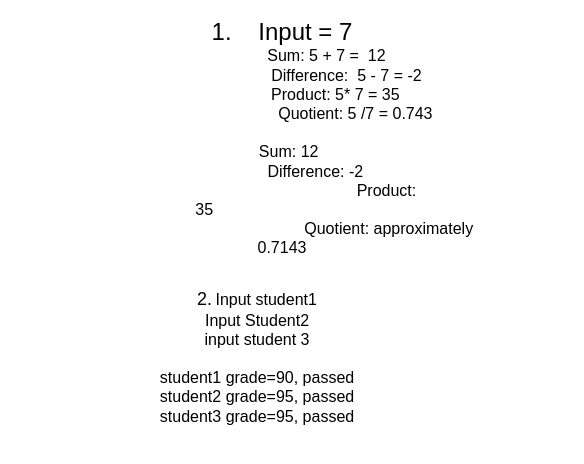
Earlier version of the draw.io diagram Untitled Diagram.drawio (troy600/DSA). Source tidied: cells renumbered, new cells numbered last; positions are measured from the earlier drawing's top-left corner, leaving out a move shared by most shapes. Both pictures are drawn from the tidied source at 100%, with x=0, y=0 at pixel (17, 57).
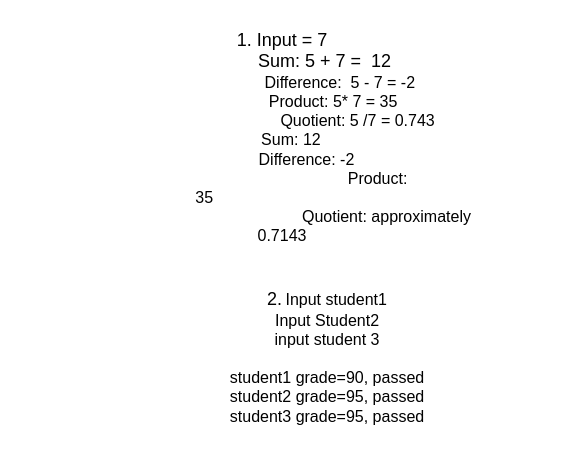
After the change.

Diff of the diagram source:
```diff
@@
 <mxGraphModel>
   <root>
     <mxCell id="0" />
     <mxCell id="1" parent="0" />
-    <mxCell id="2" value="&lt;div&gt;&lt;font style=&quot;font-size: 24px;&quot;&gt;1. &amp;nbsp;&amp;nbsp; Input = 7&lt;br&gt;&lt;/font&gt;&lt;/div&gt;&lt;div&gt;&lt;font size=&quot;3&quot;&gt;&amp;nbsp;&amp;nbsp;&amp;nbsp;&amp;nbsp;&amp;nbsp;&amp;nbsp;&amp;nbsp;&amp;nbsp;&amp;nbsp;&amp;nbsp;&amp;nbsp;&amp;nbsp;&amp;nbsp;&amp;nbsp;&amp;nbsp;&amp;nbsp;&amp;nbsp;&amp;nbsp;&amp;nbsp; Sum: 5 + 7 =&amp;nbsp; 12&lt;/font&gt;&lt;/div&gt;&lt;div&gt;&lt;font size=&quot;3&quot;&gt;&lt;span&gt;&amp;nbsp;&amp;nbsp;&amp;nbsp;&amp;nbsp;&amp;nbsp;&amp;nbsp;&amp;nbsp;&amp;nbsp;&amp;nbsp;&amp;nbsp;&amp;nbsp;&amp;nbsp;&amp;nbsp;&amp;nbsp;&amp;nbsp;&amp;nbsp;&amp;nbsp;&amp;nbsp;&amp;nbsp;&amp;nbsp;&amp;nbsp;&amp;nbsp;&amp;nbsp;&amp;nbsp;&amp;nbsp;&amp;nbsp;&amp;nbsp;&amp;nbsp; Difference:&amp;nbsp;&lt;span&gt; 5 &lt;/span&gt;&lt;span&gt;- 7 &lt;/span&gt;&lt;span&gt;= &lt;/span&gt;&lt;span&gt;-2&lt;/span&gt;&lt;/span&gt;&lt;/font&gt;&lt;/div&gt;&lt;div&gt;&lt;font size=&quot;3&quot;&gt;&lt;span&gt;&lt;span&gt;&lt;span style=&quot;white-space: pre;&quot;&gt;&#9;    &lt;/span&gt;&amp;nbsp;&amp;nbsp;&amp;nbsp;&amp;nbsp;&amp;nbsp;&amp;nbsp;&amp;nbsp;&amp;nbsp;&amp;nbsp;&amp;nbsp;&amp;nbsp; Product: 5* 7 = 35&lt;/span&gt;&lt;/span&gt;&lt;/font&gt;&lt;/div&gt;&lt;div&gt;&lt;font size=&quot;3&quot;&gt;&lt;span&gt;&lt;span&gt;&amp;nbsp;&amp;nbsp;&amp;nbsp;&amp;nbsp;&amp;nbsp;&amp;nbsp;&amp;nbsp;&amp;nbsp; &lt;span style=&quot;white-space: pre;&quot;&gt;&#9;&lt;/span&gt;&amp;nbsp; &amp;nbsp; &amp;nbsp;&amp;nbsp;&amp;nbsp;&amp;nbsp;&amp;nbsp;&amp;nbsp;&amp;nbsp;&amp;nbsp;&amp;nbsp;&amp;nbsp;&amp;nbsp;&amp;nbsp; Quotient: 5 /7 = 0.743&lt;/span&gt;&lt;/span&gt;&lt;/font&gt;&lt;/div&gt;&lt;div&gt;&lt;font size=&quot;3&quot;&gt;&lt;span&gt;&lt;span&gt;&lt;br&gt;&lt;/span&gt;&lt;/span&gt;&lt;/font&gt;&lt;/div&gt;&lt;div&gt;&lt;font size=&quot;3&quot;&gt;&lt;span&gt;&lt;span&gt;&amp;nbsp;&amp;nbsp; Sum&lt;/span&gt;&lt;span&gt;: 12&lt;/span&gt;&lt;/span&gt;&lt;/font&gt;&lt;/div&gt;&lt;div&gt;&lt;font size=&quot;3&quot;&gt;&amp;nbsp;&amp;nbsp;&amp;nbsp;&amp;nbsp;&amp;nbsp;&amp;nbsp;&amp;nbsp;&amp;nbsp;&amp;nbsp;&amp;nbsp;&amp;nbsp;&amp;nbsp;&amp;nbsp;&amp;nbsp; &lt;span&gt;&lt;span&gt;Difference&lt;/span&gt;&lt;span&gt;: &lt;/span&gt;&lt;span&gt;-2&lt;/span&gt;&lt;/span&gt;&lt;/font&gt;&lt;/div&gt;&lt;div&gt;&lt;font size=&quot;3&quot;&gt;&lt;span&gt;&lt;span&gt;&amp;nbsp; &amp;nbsp; &amp;nbsp; &amp;nbsp; &amp;nbsp; &amp;nbsp; &amp;nbsp; &amp;nbsp; &amp;nbsp; &amp;nbsp; &amp;nbsp; &amp;nbsp; &amp;nbsp; &amp;nbsp; &amp;nbsp; &amp;nbsp; &amp;nbsp; &amp;nbsp; &amp;nbsp; &amp;nbsp; &amp;nbsp; &amp;nbsp; &amp;nbsp;&amp;nbsp; Product&lt;/span&gt;&lt;span&gt;: 35&amp;nbsp;&amp;nbsp;&amp;nbsp;&amp;nbsp;&amp;nbsp;&amp;nbsp;&amp;nbsp;&amp;nbsp;&amp;nbsp;&amp;nbsp;&amp;nbsp;&amp;nbsp;&amp;nbsp;&amp;nbsp;&amp;nbsp;&amp;nbsp;&amp;nbsp;&amp;nbsp;&amp;nbsp;&amp;nbsp;&amp;nbsp;&amp;nbsp;&amp;nbsp;&amp;nbsp;&amp;nbsp;&amp;nbsp;&amp;nbsp;&amp;nbsp;&amp;nbsp;&amp;nbsp;&amp;nbsp;&amp;nbsp;&amp;nbsp;&amp;nbsp;&amp;nbsp;&lt;/span&gt;&lt;/span&gt;&lt;/font&gt;&lt;/div&gt;&lt;div&gt;&lt;font size=&quot;3&quot;&gt;&lt;span&gt;&lt;span&gt;&amp;nbsp;&amp;nbsp;&amp;nbsp;&amp;nbsp;&amp;nbsp;&amp;nbsp;&amp;nbsp;&amp;nbsp;&amp;nbsp;&amp;nbsp;&amp;nbsp;&amp;nbsp;&amp;nbsp;&amp;nbsp;&amp;nbsp;&amp;nbsp;&amp;nbsp;&amp;nbsp;&amp;nbsp;&amp;nbsp;&amp;nbsp;&amp;nbsp;&amp;nbsp;&amp;nbsp;&amp;nbsp;&amp;nbsp;&amp;nbsp;&amp;nbsp;&amp;nbsp;&amp;nbsp;&amp;nbsp;&amp;nbsp;&amp;nbsp;&amp;nbsp;&amp;nbsp;&amp;nbsp;&amp;nbsp;&amp;nbsp;&amp;nbsp;&amp;nbsp;&amp;nbsp;&amp;nbsp; &amp;nbsp;&amp;nbsp;&amp;nbsp;&amp;nbsp; Quotient&lt;/span&gt;&lt;span&gt;: approximately &lt;/span&gt;&lt;span&gt;0&lt;/span&gt;&lt;span&gt;.7143&lt;/span&gt;&lt;/span&gt;&lt;/font&gt;&lt;/div&gt;" style="text;strokeColor=none;align=center;fillColor=none;html=1;verticalAlign=middle;whiteSpace=wrap;rounded=0;" parent="1" vertex="1">
+    <mxCell id="2" value="&lt;div&gt;&lt;font style=&quot;font-size: 18px;&quot;&gt;1. Input = 7&lt;font&gt;&lt;br&gt;&lt;/font&gt;&lt;/font&gt;&lt;/div&gt;&lt;div&gt;&lt;font style=&quot;font-size: 18px;&quot;&gt;&amp;nbsp;&amp;nbsp;&amp;nbsp;&amp;nbsp;&amp;nbsp;&amp;nbsp;&amp;nbsp;&amp;nbsp;&amp;nbsp;&amp;nbsp;&amp;nbsp;&amp;nbsp;&amp;nbsp;&amp;nbsp;&amp;nbsp;&amp;nbsp; Sum: 5 + 7 =&amp;nbsp; 12&lt;/font&gt;&lt;/div&gt;&lt;div&gt;&lt;font size=&quot;3&quot;&gt;&lt;span&gt;&amp;nbsp;&amp;nbsp;&amp;nbsp;&amp;nbsp;&amp;nbsp;&amp;nbsp;&amp;nbsp;&amp;nbsp;&amp;nbsp;&amp;nbsp;&amp;nbsp;&amp;nbsp;&amp;nbsp;&amp;nbsp;&amp;nbsp;&amp;nbsp;&amp;nbsp;&amp;nbsp;&amp;nbsp;&amp;nbsp;&amp;nbsp;&amp;nbsp;&amp;nbsp;&amp;nbsp;&amp;nbsp; Difference:&amp;nbsp;&lt;span&gt; 5 &lt;/span&gt;&lt;span&gt;- 7 &lt;/span&gt;&lt;span&gt;= &lt;/span&gt;&lt;span&gt;-2&lt;/span&gt;&lt;/span&gt;&lt;/font&gt;&lt;/div&gt;&lt;div&gt;&lt;font size=&quot;3&quot;&gt;&lt;span&gt;&lt;span&gt;&lt;span style=&quot;white-space: pre;&quot;&gt;&#9;    &lt;/span&gt;&amp;nbsp;&amp;nbsp;&amp;nbsp;&amp;nbsp;&amp;nbsp;&amp;nbsp;&amp;nbsp;&amp;nbsp;&amp;nbsp;&amp;nbsp; Product: 5* 7 = 35&lt;/span&gt;&lt;/span&gt;&lt;/font&gt;&lt;/div&gt;&lt;div&gt;&lt;font size=&quot;3&quot;&gt;&lt;span&gt;&lt;span&gt;&amp;nbsp;&amp;nbsp;&amp;nbsp;&amp;nbsp;&amp;nbsp;&amp;nbsp;&amp;nbsp;&amp;nbsp; &lt;span style=&quot;white-space: pre;&quot;&gt;&#9;&lt;/span&gt;&amp;nbsp; &amp;nbsp; &amp;nbsp;&amp;nbsp;&amp;nbsp;&amp;nbsp;&amp;nbsp;&amp;nbsp;&amp;nbsp;&amp;nbsp;&amp;nbsp;&amp;nbsp;&amp;nbsp;&amp;nbsp;&amp;nbsp; Quotient: 5 /7 = 0.743&lt;/span&gt;&lt;/span&gt;&lt;/font&gt;&lt;/div&gt;&lt;div&gt;&lt;font size=&quot;3&quot;&gt;&lt;span&gt;&lt;span&gt;&amp;nbsp;&amp;nbsp;&amp;nbsp; Sum&lt;/span&gt;&lt;span&gt;: 12&lt;/span&gt;&lt;/span&gt;&lt;/font&gt;&lt;/div&gt;&lt;div&gt;&lt;font size=&quot;3&quot;&gt;&amp;nbsp;&amp;nbsp;&amp;nbsp;&amp;nbsp;&amp;nbsp;&amp;nbsp;&amp;nbsp;&amp;nbsp;&amp;nbsp;&amp;nbsp; &lt;span&gt;&lt;span&gt;Difference&lt;/span&gt;&lt;span&gt;: &lt;/span&gt;&lt;span&gt;-2&lt;/span&gt;&lt;/span&gt;&lt;/font&gt;&lt;/div&gt;&lt;div&gt;&lt;font size=&quot;3&quot;&gt;&lt;span&gt;&lt;span&gt;&amp;nbsp; &amp;nbsp; &amp;nbsp; &amp;nbsp; &amp;nbsp; &amp;nbsp; &amp;nbsp; &amp;nbsp; &amp;nbsp; &amp;nbsp; &amp;nbsp; &amp;nbsp; &amp;nbsp; &amp;nbsp; &amp;nbsp; &amp;nbsp; &amp;nbsp; &amp;nbsp; &amp;nbsp; &amp;nbsp; &amp;nbsp;&amp;nbsp; Product&lt;/span&gt;&lt;span&gt;: 35&amp;nbsp;&amp;nbsp;&amp;nbsp;&amp;nbsp;&amp;nbsp;&amp;nbsp;&amp;nbsp;&amp;nbsp;&amp;nbsp;&amp;nbsp;&amp;nbsp;&amp;nbsp;&amp;nbsp;&amp;nbsp;&amp;nbsp;&amp;nbsp;&amp;nbsp;&amp;nbsp;&amp;nbsp;&amp;nbsp;&amp;nbsp;&amp;nbsp;&amp;nbsp;&amp;nbsp;&amp;nbsp;&amp;nbsp;&amp;nbsp;&amp;nbsp;&amp;nbsp;&amp;nbsp;&amp;nbsp;&amp;nbsp;&amp;nbsp;&amp;nbsp;&amp;nbsp;&lt;/span&gt;&lt;/span&gt;&lt;/font&gt;&lt;/div&gt;&lt;div&gt;&lt;font size=&quot;3&quot;&gt;&lt;span&gt;&lt;span&gt;&amp;nbsp;&amp;nbsp;&amp;nbsp;&amp;nbsp;&amp;nbsp;&amp;nbsp;&amp;nbsp;&amp;nbsp;&amp;nbsp;&amp;nbsp;&amp;nbsp;&amp;nbsp;&amp;nbsp;&amp;nbsp;&amp;nbsp;&amp;nbsp;&amp;nbsp;&amp;nbsp;&amp;nbsp;&amp;nbsp;&amp;nbsp;&amp;nbsp;&amp;nbsp;&amp;nbsp;&amp;nbsp;&amp;nbsp;&amp;nbsp;&amp;nbsp;&amp;nbsp;&amp;nbsp;&amp;nbsp;&amp;nbsp;&amp;nbsp;&amp;nbsp;&amp;nbsp;&amp;nbsp;&amp;nbsp;&amp;nbsp;&amp;nbsp;&amp;nbsp;&amp;nbsp;&amp;nbsp; &amp;nbsp;&amp;nbsp;&amp;nbsp; Quotient&lt;/span&gt;&lt;span&gt;: approximately &lt;/span&gt;&lt;span&gt;0&lt;/span&gt;&lt;span&gt;.7143&lt;/span&gt;&lt;/span&gt;&lt;/font&gt;&lt;/div&gt;" style="text;strokeColor=none;align=center;fillColor=none;html=1;verticalAlign=middle;whiteSpace=wrap;rounded=0;" parent="1" vertex="1">
       <mxGeometry x="60" width="410" height="160" as="geometry" />
     </mxCell>
     <mxCell id="3" value="&lt;div&gt;&lt;font style=&quot;font-size: 18px;&quot;&gt;2.&lt;/font&gt; &lt;font size=&quot;3&quot;&gt;Input student1&lt;/font&gt;&lt;/div&gt;&lt;div&gt;&lt;font size=&quot;3&quot;&gt;Input Student2&lt;/font&gt;&lt;/div&gt;&lt;div&gt;&lt;font size=&quot;3&quot;&gt;input student 3&lt;br&gt;&lt;/font&gt;&lt;/div&gt;&lt;div&gt;&lt;font size=&quot;3&quot;&gt;&lt;br&gt;&lt;/font&gt;&lt;/div&gt;&lt;div&gt;&lt;font size=&quot;3&quot;&gt;student1 grade=90, passed&lt;br&gt;&lt;/font&gt;&lt;/div&gt;&lt;div&gt;&lt;font size=&quot;3&quot;&gt;student2 grade=95, passed&lt;br&gt;&lt;/font&gt;&lt;/div&gt;&lt;div&gt;&lt;font size=&quot;3&quot;&gt;student3 grade=95, passed&lt;br&gt;&lt;/font&gt;&lt;/div&gt;" style="text;strokeColor=none;align=center;fillColor=none;html=1;verticalAlign=middle;whiteSpace=wrap;rounded=0;" parent="1" vertex="1">
-      <mxGeometry y="210" width="480" height="180" as="geometry" />
+      <mxGeometry x="70" y="210" width="480" height="180" as="geometry" />
     </mxCell>
   </root>
 </mxGraphModel>
```
